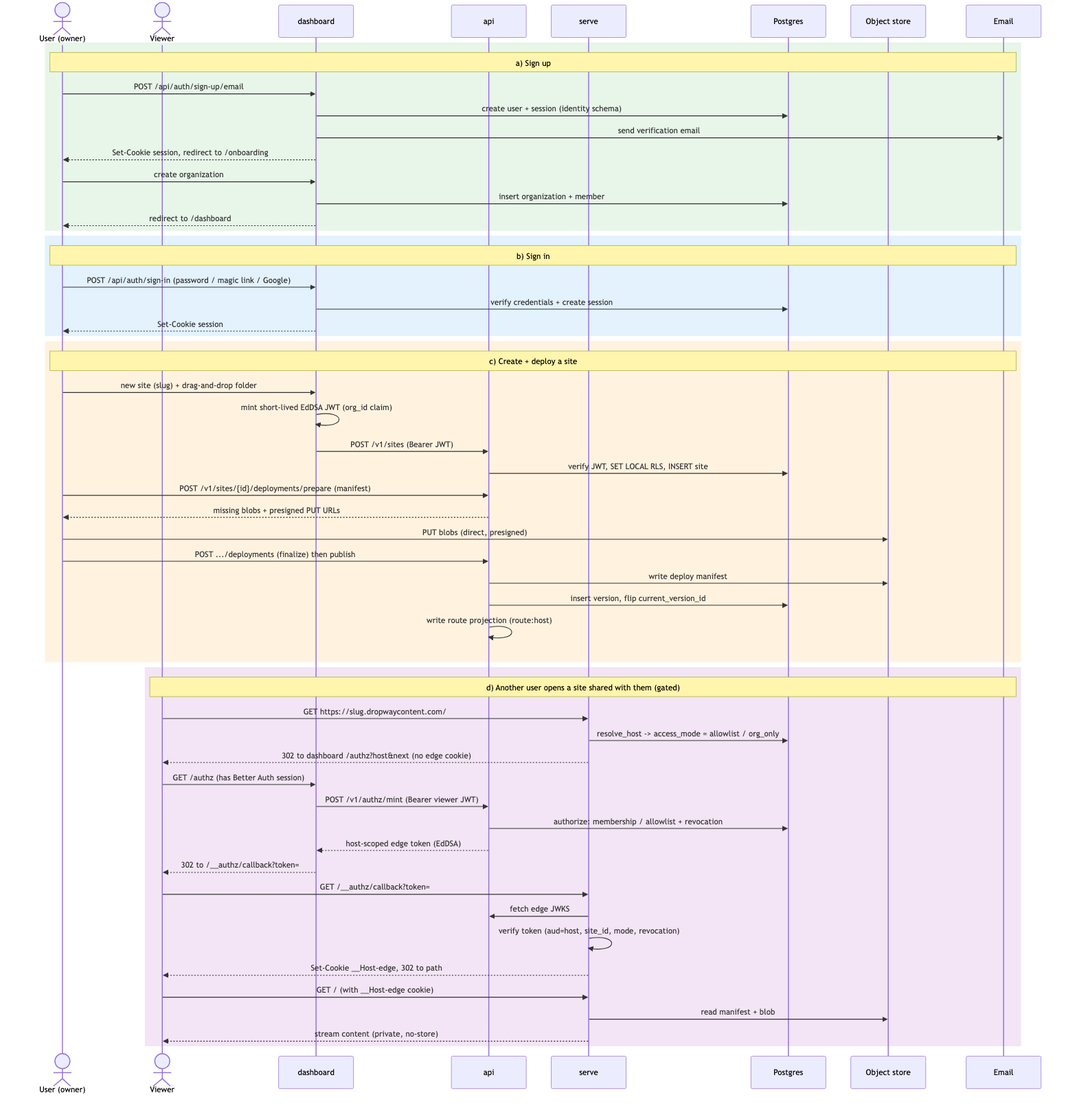
This is docs/diagrams/sequence.png from danielpang/dropway, a Mermaid export, as it was before one commit. Its source is kept beside it as docs/diagrams/sequence.mmd.
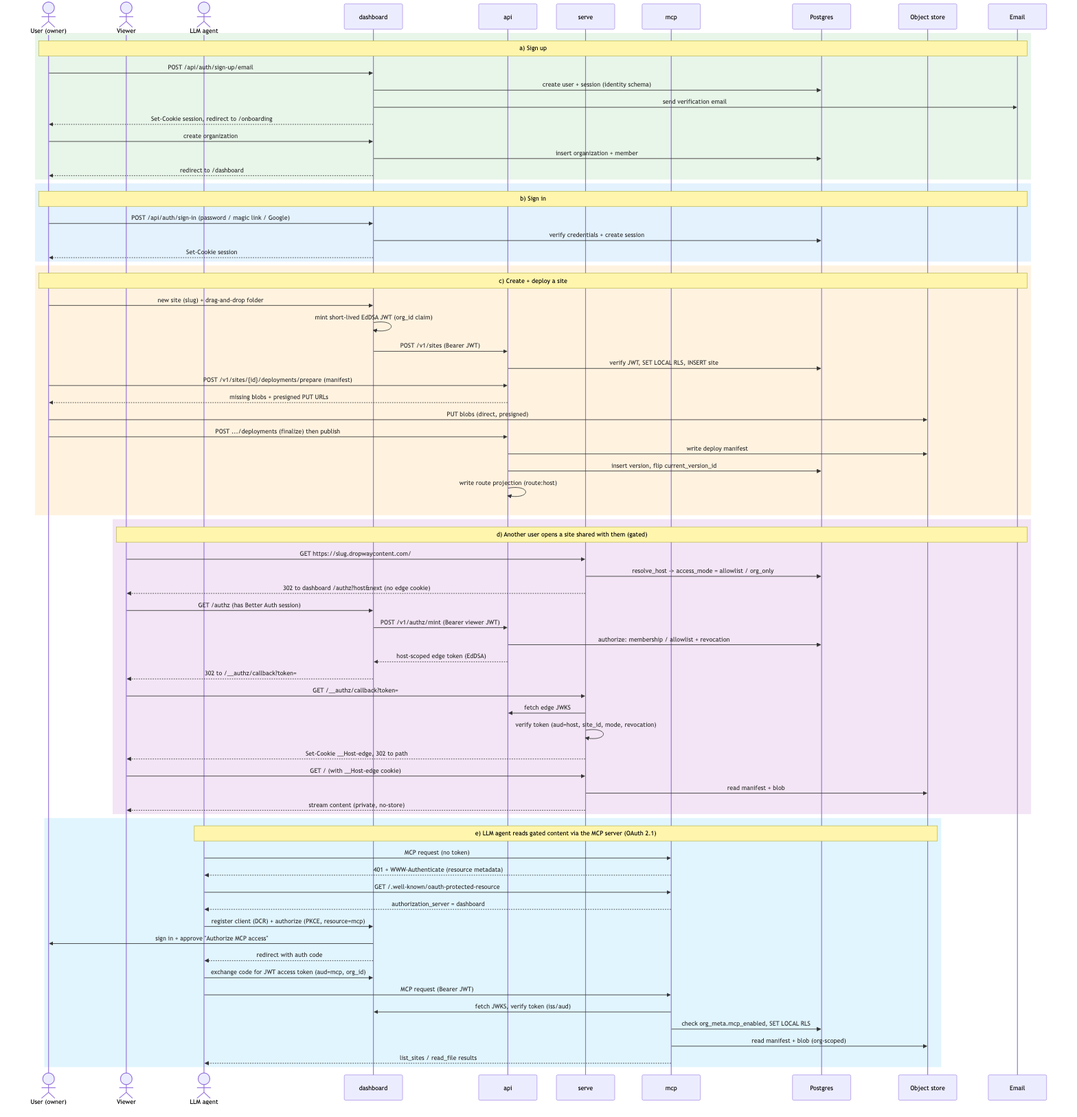
Later version of the same file.

Commit message:
docs: MCP server setup instructions + factor it into the system diagrams

Change to the diagram source:
```diff
@@ -1,9 +1,11 @@
 sequenceDiagram
   actor U as User (owner)
   actor V as Viewer
+  actor L as LLM agent
   participant D as dashboard
   participant A as api
   participant S as serve
+  participant MCP as mcp
   participant PG as Postgres
   participant OS as Object store
   participant M as Email
@@ -59,3 +61,20 @@
     S->>OS: read manifest + blob
     S-->>V: stream content (private, no-store)
   end
+
+  rect rgb(225,245,254)
+    note over L,OS: e) LLM agent reads gated content via the MCP server (OAuth 2.1)
+    L->>MCP: MCP request (no token)
+    MCP-->>L: 401 + WWW-Authenticate (resource metadata)
+    L->>MCP: GET /.well-known/oauth-protected-resource
+    MCP-->>L: authorization_server = dashboard
+    L->>D: register client (DCR) + authorize (PKCE, resource=mcp)
+    D->>U: sign in + approve "Authorize MCP access"
+    D-->>L: redirect with auth code
+    L->>D: exchange code for JWT access token (aud=mcp, org_id)
+    L->>MCP: MCP request (Bearer JWT)
+    MCP->>D: fetch JWKS, verify token (iss/aud)
+    MCP->>PG: check org_meta.mcp_enabled, SET LOCAL RLS
+    MCP->>OS: read manifest + blob (org-scoped)
+    MCP-->>L: list_sites / read_file results
+  end
```
